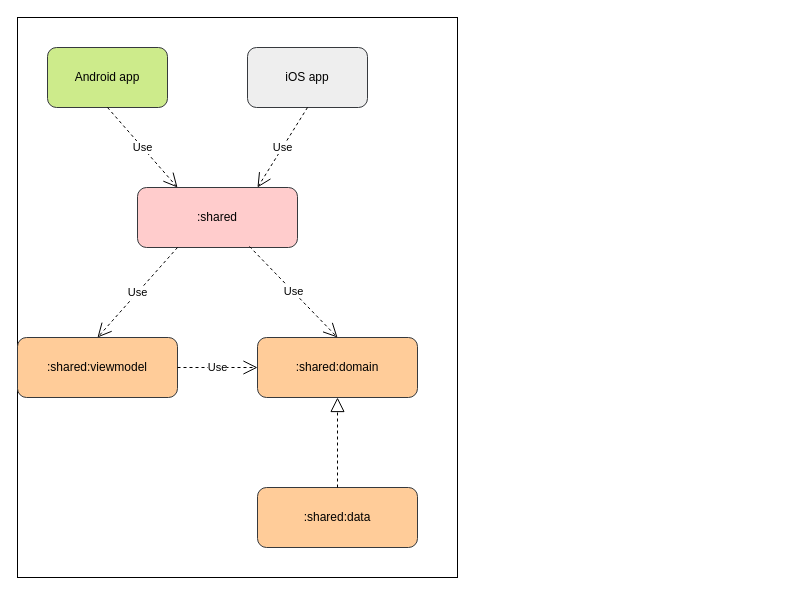
Earlier version of the draw.io diagram page "モジュール図" (1 of 4) of KmpMultiModuleWithSubmodule/docs/kmp_multimodule.drawio (seabat/kmp-samples). Source tidied: cells renumbered, new cells numbered last; positions are measured from the earlier drawing's top-left corner, leaving out a move shared by most shapes. Both pictures are drawn from the tidied source at 100%, with x=0, y=0 at pixel (17, 17).
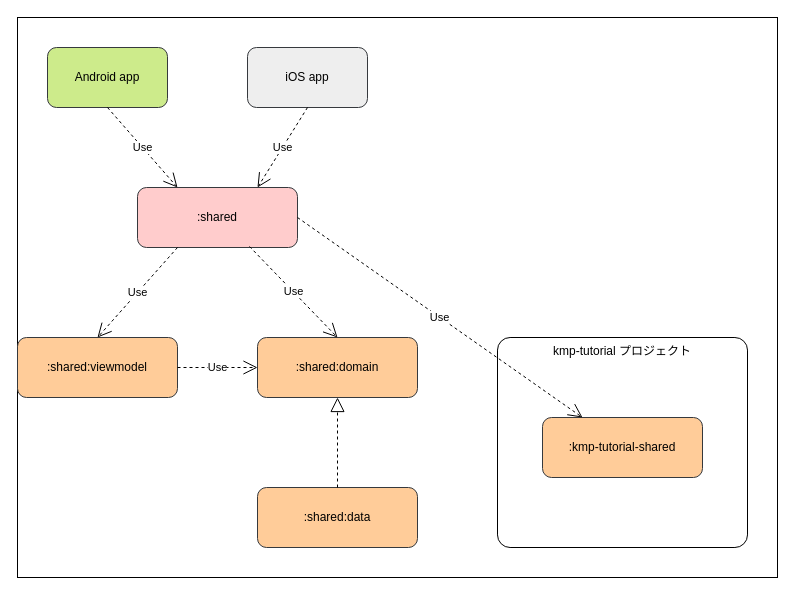
The same page after the edit.

Change to the diagram source:
```diff
@@
 <mxGraphModel>
   <root>
     <mxCell id="0" />
     <mxCell id="1" parent="0" />
     <mxCell id="2" style="rounded=0;whiteSpace=wrap;html=1;" parent="1" vertex="1">
-      <mxGeometry width="440" height="560" as="geometry" />
+      <mxGeometry width="760" height="560" as="geometry" />
     </mxCell>
     <mxCell id="3" value="Android app" style="rounded=1;whiteSpace=wrap;html=1;fillColor=#cdeb8b;strokeColor=#36393d;" parent="1" vertex="1">
       <mxGeometry x="30" y="30" width="120" height="60" as="geometry" />
     </mxCell>
     <mxCell id="4" value="iOS app" style="rounded=1;whiteSpace=wrap;html=1;fillColor=#eeeeee;strokeColor=#36393d;" parent="1" vertex="1">
       <mxGeometry x="230" y="30" width="120" height="60" as="geometry" />
     </mxCell>
     <mxCell id="5" value=":shared" style="rounded=1;whiteSpace=wrap;html=1;fillColor=#ffcccc;strokeColor=#36393d;" parent="1" vertex="1">
       <mxGeometry x="120" y="170" width="160" height="60" as="geometry" />
     </mxCell>
     <mxCell id="6" value=":shared:domain" style="rounded=1;whiteSpace=wrap;html=1;fillColor=#ffcc99;strokeColor=#36393d;" parent="1" vertex="1">
       <mxGeometry x="240" y="320" width="160" height="60" as="geometry" />
     </mxCell>
     <mxCell id="7" value=":shared:data" style="rounded=1;whiteSpace=wrap;html=1;fillColor=#ffcc99;strokeColor=#36393d;" parent="1" vertex="1">
       <mxGeometry x="240" y="470" width="160" height="60" as="geometry" />
     </mxCell>
     <mxCell id="8" value=":shared:viewmodel" style="rounded=1;whiteSpace=wrap;html=1;fillColor=#ffcc99;strokeColor=#36393d;" parent="1" vertex="1">
       <mxGeometry y="320" width="160" height="60" as="geometry" />
     </mxCell>
     <mxCell id="9" value="Use" style="endArrow=open;endSize=12;dashed=1;html=1;rounded=0;exitX=0.5;exitY=1;exitDx=0;exitDy=0;entryX=0.25;entryY=0;entryDx=0;entryDy=0;" parent="1" edge="1" source="3" target="5">
       <mxGeometry relative="1" as="geometry" />
     </mxCell>
     <mxCell id="10" value="Use" style="endArrow=open;endSize=12;dashed=1;html=1;rounded=0;exitX=0.5;exitY=1;exitDx=0;exitDy=0;entryX=0.75;entryY=0;entryDx=0;entryDy=0;" parent="1" edge="1" source="4" target="5">
       <mxGeometry relative="1" as="geometry" />
     </mxCell>
     <mxCell id="11" value="Use" style="endArrow=open;endSize=12;dashed=1;html=1;rounded=0;exitX=0.25;exitY=1;exitDx=0;exitDy=0;entryX=0.5;entryY=0;entryDx=0;entryDy=0;" parent="1" edge="1" source="5" target="8">
       <mxGeometry relative="1" as="geometry" />
     </mxCell>
     <mxCell id="12" value="Use" style="endArrow=open;endSize=12;dashed=1;html=1;rounded=0;exitX=0.7;exitY=0.983;exitDx=0;exitDy=0;entryX=0.5;entryY=0;entryDx=0;entryDy=0;exitPerimeter=0;" parent="1" edge="1" source="5" target="6">
       <mxGeometry relative="1" as="geometry" />
     </mxCell>
     <mxCell id="13" value="Use" style="endArrow=open;endSize=12;dashed=1;html=1;rounded=0;exitX=1;exitY=0.5;exitDx=0;exitDy=0;entryX=0;entryY=0.5;entryDx=0;entryDy=0;" parent="1" edge="1" source="8" target="6">
       <mxGeometry relative="1" as="geometry" />
     </mxCell>
     <mxCell id="14" style="endArrow=block;dashed=1;endFill=0;endSize=12;html=1;rounded=0;entryX=0.5;entryY=1;entryDx=0;entryDy=0;" parent="1" edge="1" source="7" target="6">
       <mxGeometry relative="1" as="geometry" />
     </mxCell>
+    <mxCell id="15" value="kmp-tutorial プロジェクト" style="rounded=1;whiteSpace=wrap;html=1;arcSize=6;horizontal=1;verticalAlign=top;" parent="1" vertex="1">
+      <mxGeometry x="480" y="320" width="250" height="210" as="geometry" />
+    </mxCell>
+    <mxCell id="16" value=":kmp-tutorial-shared" style="rounded=1;whiteSpace=wrap;html=1;fillColor=#ffcc99;strokeColor=#36393d;" parent="1" vertex="1">
+      <mxGeometry x="525" y="400" width="160" height="60" as="geometry" />
+    </mxCell>
+    <mxCell id="17" value="Use" style="endArrow=open;endSize=12;dashed=1;html=1;rounded=0;exitX=1;exitY=0.5;exitDx=0;exitDy=0;entryX=0.25;entryY=0;entryDx=0;entryDy=0;" parent="1" edge="1" source="5" target="16">
+      <mxGeometry relative="1" as="geometry" />
+    </mxCell>
   </root>
 </mxGraphModel>
```
